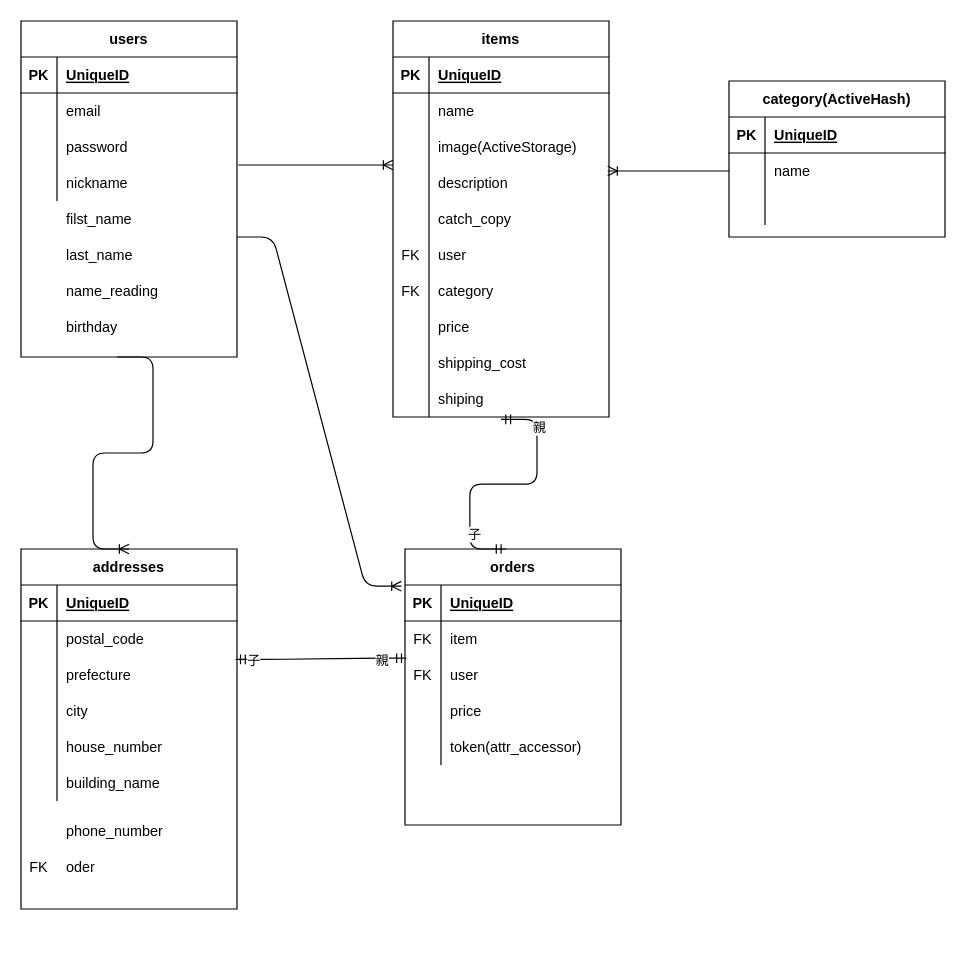
The draw.io diagram ER.dio in nankokuchu/furima-35010, before the edit. Source tidied: cells renumbered, new cells numbered last; positions are measured from the earlier drawing's top-left corner, leaving out a move shared by most shapes. Both pictures are drawn from the tidied source at 120%, with x=0, y=0 at pixel (20, 20).
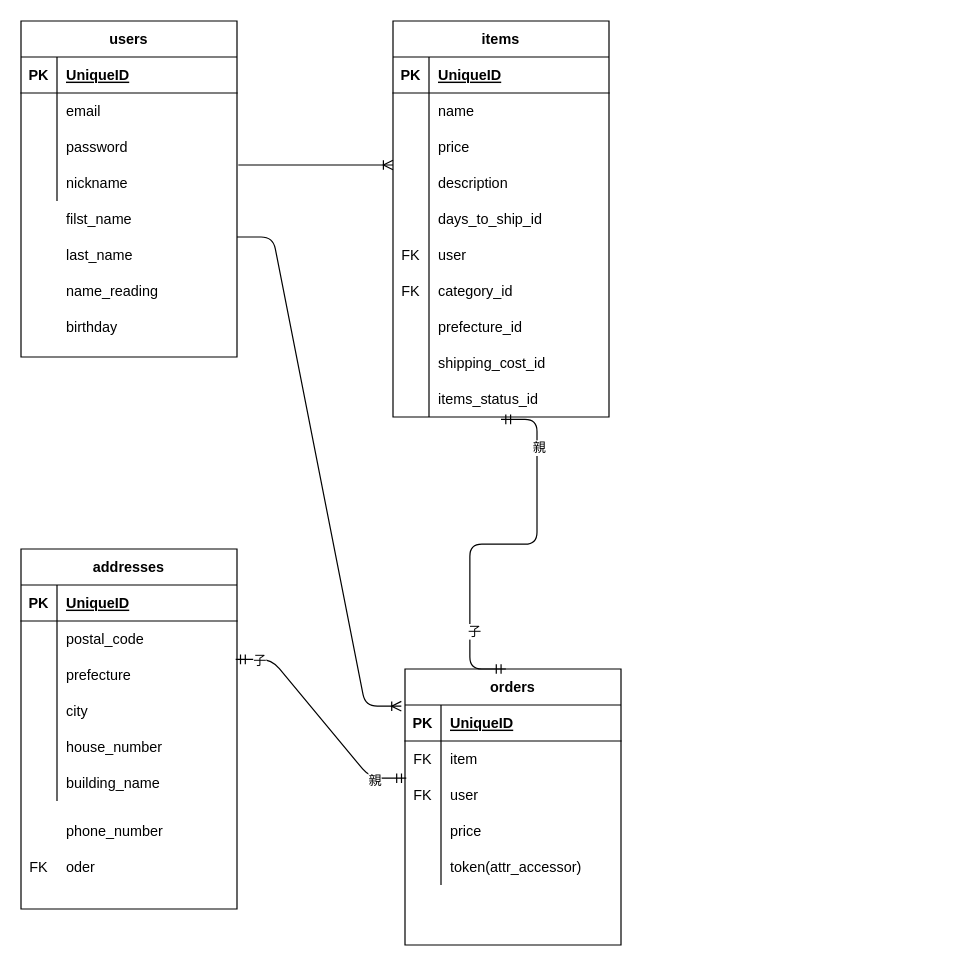
After the change.

Commit message (it also covers changes not shown here):
データーベース設計（修正1）

The change refers to these unchanged cells:
```xml
<mxCell id="26" style="shape=partialRectangle;fillColor=none;top=0;left=0;bottom=0;right=0;" parent="19" vertex="1">
  <mxGeometry y="90" width="180" height="30" as="geometry" />
</mxCell>
<mxCell id="29" style="shape=partialRectangle;fillColor=none;top=0;left=0;bottom=0;right=0;points=[[0,0.5],[1,0.5]];portConstraint=eastwest;" parent="19" vertex="1">
  <mxGeometry y="120" width="180" height="30" as="geometry" />
</mxCell>
<mxCell id="32" style="shape=partialRectangle;fillColor=none;top=0;left=0;bottom=0;right=0;" parent="19" vertex="1">
  <mxGeometry y="150" width="180" height="30" as="geometry" />
</mxCell>
<mxCell id="38" style="shape=partialRectangle;fillColor=none;top=0;left=0;bottom=0;right=0;" parent="19" vertex="1">
  <mxGeometry y="210" width="180" height="30" as="geometry" />
</mxCell>
<mxCell id="41" style="shape=partialRectangle;fillColor=none;top=0;left=0;bottom=0;right=0;" parent="19" vertex="1">
  <mxGeometry y="240" width="180" height="30" as="geometry" />
</mxCell>
<mxCell id="44" style="shape=partialRectangle;fillColor=none;top=0;left=0;bottom=0;right=0;" parent="19" vertex="1">
  <mxGeometry y="270" width="180" height="30" as="geometry" />
</mxCell>
<mxCell id="47" style="shape=partialRectangle;fillColor=none;top=0;left=0;bottom=0;right=0;points=[[0,0.5],[1,0.5]];portConstraint=eastwest;" parent="19" vertex="1">
  <mxGeometry y="300" width="180" height="30" as="geometry" />
</mxCell>
<mxCell id="78" value="addresses" style="shape=table;startSize=30;childLayout=tableLayout;rowLines=0;fontStyle=1;align=center;" parent="1" vertex="1">
  <mxGeometry y="440" width="180" height="300" as="geometry" />
</mxCell>
```

The edit, as a diff of the source:
```diff
@@
-    <mxCell id="28" value="image(ActiveStorage)" style="shape=partialRectangle;fillColor=none;top=0;left=0;bottom=0;right=0;align=left;spacingLeft=6;overflow=hidden;" parent="26" vertex="1">
+    <mxCell id="28" value="price" style="shape=partialRectangle;fillColor=none;top=0;left=0;bottom=0;right=0;align=left;spacingLeft=6;overflow=hidden;" parent="26" vertex="1">
       <mxGeometry x="30" width="150" height="30" as="geometry" />
     </mxCell>
@@
-    <mxCell id="34" value="catch_copy" style="shape=partialRectangle;fillColor=none;top=0;left=0;bottom=0;right=0;align=left;spacingLeft=6;overflow=hidden;" parent="32" vertex="1">
+    <mxCell id="34" value="days_to_ship_id" style="shape=partialRectangle;fillColor=none;top=0;left=0;bottom=0;right=0;align=left;spacingLeft=6;overflow=hidden;" parent="32" vertex="1">
       <mxGeometry x="30" width="150" height="30" as="geometry" />
     </mxCell>
@@
-    <mxCell id="40" value="category" style="shape=partialRectangle;fillColor=none;top=0;left=0;bottom=0;right=0;align=left;spacingLeft=6;fontStyle=0;overflow=hidden;" parent="38" vertex="1">
+    <mxCell id="40" value="category_id" style="shape=partialRectangle;fillColor=none;top=0;left=0;bottom=0;right=0;align=left;spacingLeft=6;fontStyle=0;overflow=hidden;" parent="38" vertex="1">
       <mxGeometry x="30" width="150" height="30" as="geometry" />
     </mxCell>
@@
-    <mxCell id="43" value="price" style="shape=partialRectangle;fillColor=none;top=0;left=0;bottom=0;right=0;align=left;spacingLeft=6;overflow=hidden;" parent="41" vertex="1">
+    <mxCell id="43" value="prefecture_id" style="shape=partialRectangle;fillColor=none;top=0;left=0;bottom=0;right=0;align=left;spacingLeft=6;overflow=hidden;" parent="41" vertex="1">
       <mxGeometry x="30" width="150" height="30" as="geometry" />
     </mxCell>
@@
-    <mxCell id="46" value="shipping_cost" style="shape=partialRectangle;fillColor=none;top=0;left=0;bottom=0;right=0;align=left;spacingLeft=6;overflow=hidden;" parent="44" vertex="1">
+    <mxCell id="46" value="shipping_cost_id" style="shape=partialRectangle;fillColor=none;top=0;left=0;bottom=0;right=0;align=left;spacingLeft=6;overflow=hidden;" parent="44" vertex="1">
       <mxGeometry x="30" width="150" height="30" as="geometry" />
     </mxCell>
@@
-    <mxCell id="49" value="shiping" style="shape=partialRectangle;fillColor=none;top=0;left=0;bottom=0;right=0;align=left;spacingLeft=6;overflow=hidden;" parent="47" vertex="1">
+    <mxCell id="49" value="items_status_id" style="shape=partialRectangle;fillColor=none;top=0;left=0;bottom=0;right=0;align=left;spacingLeft=6;overflow=hidden;" parent="47" vertex="1">
       <mxGeometry x="30" width="150" height="30" as="geometry" />
     </mxCell>
-    <mxCell id="50" value="category(ActiveHash)" style="shape=table;startSize=30;childLayout=tableLayout;rowLines=0;fontStyle=1;align=center;" parent="1" vertex="1">
-      <mxGeometry x="590" y="50" width="180" height="130" as="geometry" />
-    </mxCell>
-    <mxCell id="51" style="shape=partialRectangle;fillColor=none;top=0;left=0;bottom=1;right=0;" parent="50" vertex="1">
-      <mxGeometry y="30" width="180" height="30" as="geometry" />
-    </mxCell>
-    <mxCell id="52" value="PK" style="shape=partialRectangle;fillColor=none;top=0;left=0;bottom=0;right=0;fontStyle=1;overflow=hidden;" parent="51" vertex="1">
-      <mxGeometry width="30" height="30" as="geometry" />
-    </mxCell>
-    <mxCell id="53" value="UniqueID" style="shape=partialRectangle;fillColor=none;top=0;left=0;bottom=0;right=0;align=left;spacingLeft=6;fontStyle=5;overflow=hidden;" parent="51" vertex="1">
-      <mxGeometry x="30" width="150" height="30" as="geometry" />
-    </mxCell>
-    <mxCell id="54" style="shape=partialRectangle;fillColor=none;top=0;left=0;bottom=0;right=0;points=[[0,0.5],[1,0.5]];portConstraint=eastwest;" parent="50" vertex="1">
-      <mxGeometry y="60" width="180" height="30" as="geometry" />
-    </mxCell>
-    <mxCell id="55" style="shape=partialRectangle;fillColor=none;top=0;left=0;bottom=0;right=0;overflow=hidden;" parent="54" vertex="1">
-      <mxGeometry width="30" height="30" as="geometry" />
-    </mxCell>
-    <mxCell id="56" value="name" style="shape=partialRectangle;fillColor=none;top=0;left=0;bottom=0;right=0;align=left;spacingLeft=6;overflow=hidden;" parent="54" vertex="1">
-      <mxGeometry x="30" width="150" height="30" as="geometry" />
-    </mxCell>
-    <mxCell id="57" style="shape=partialRectangle;fillColor=none;top=0;left=0;bottom=0;right=0;" parent="50" vertex="1">
-      <mxGeometry y="90" width="180" height="30" as="geometry" />
-    </mxCell>
-    <mxCell id="58" style="shape=partialRectangle;fillColor=none;top=0;left=0;bottom=0;right=0;overflow=hidden;" parent="57" vertex="1">
-      <mxGeometry width="30" height="30" as="geometry" />
-    </mxCell>
-    <mxCell id="59" style="shape=partialRectangle;fillColor=none;top=0;left=0;bottom=0;right=0;align=left;spacingLeft=6;overflow=hidden;" parent="57" vertex="1">
-      <mxGeometry x="30" width="150" height="30" as="geometry" />
-    </mxCell>
-    <mxCell id="60" style="edgeStyle=entityRelationEdgeStyle;fontSize=12;html=1;endArrow=ERoneToMany;entryX=0.994;entryY=0.167;entryDx=0;entryDy=0;entryPerimeter=0;exitX=0;exitY=0.5;exitDx=0;exitDy=0;" parent="1" edge="1" source="54" target="29">
-      <mxGeometry relative="1" as="geometry" />
-    </mxCell>
@@
     <mxCell id="62" value="orders" style="shape=table;startSize=30;childLayout=tableLayout;rowLines=0;fontStyle=1;align=center;" parent="1" vertex="1">
-      <mxGeometry x="320" y="440" width="180" height="230" as="geometry" />
+      <mxGeometry x="320" y="540" width="180" height="230" as="geometry" />
     </mxCell>
@@
-    <mxCell id="101" style="edgeStyle=entityRelationEdgeStyle;fontSize=12;html=1;endArrow=ERoneToMany;entryX=0.5;entryY=0;entryDx=0;entryDy=0;" parent="1" edge="1" target="78">
-      <mxGeometry relative="1" as="geometry">
-        <mxPoint x="80" y="280" as="sourcePoint" />
-      </mxGeometry>
-    </mxCell>
```
